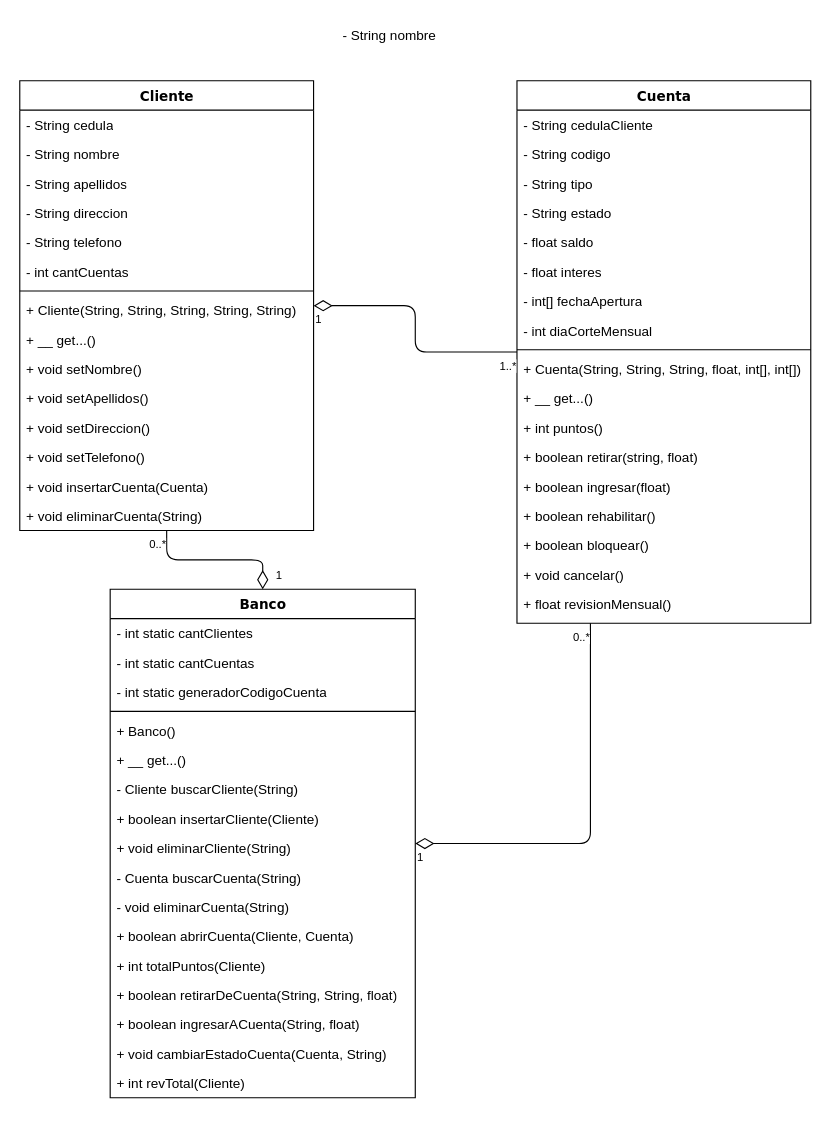
The draw.io diagram TareaUno/diagrama.drawio in 20170945/ST-ISC-212, before the edit. Source tidied: cells renumbered, new cells numbered last; positions are measured from the earlier drawing's top-left corner, leaving out a move shared by most shapes. Both pictures are drawn from the tidied source at 113%, with x=0, y=0 at pixel (19, 19).
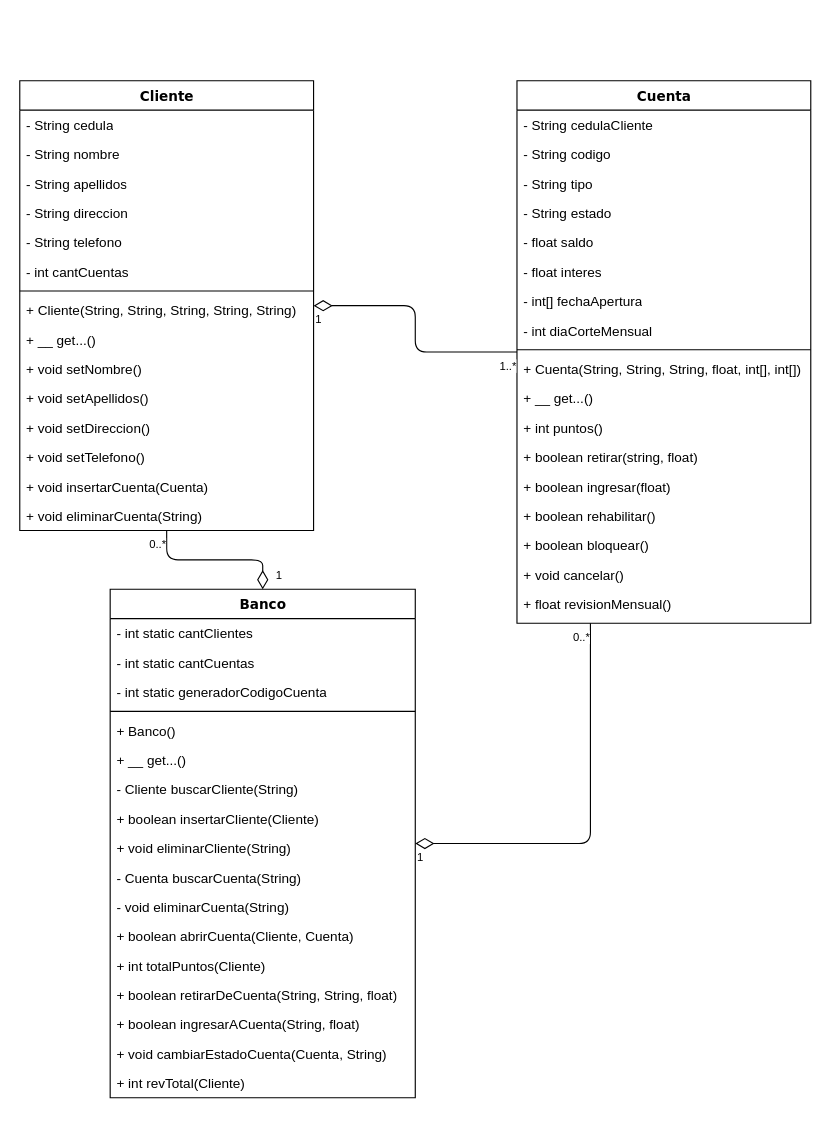
After the change.

What changed in the source:
```diff
@@
-    <mxCell id="18" value="- String nombre" style="text;html=1;strokeColor=none;fillColor=none;align=left;verticalAlign=top;spacingLeft=4;spacingRight=4;whiteSpace=wrap;overflow=hidden;" parent="1" vertex="1">
-      <mxGeometry x="280" width="160" height="26" as="geometry" />
-    </mxCell>
```
